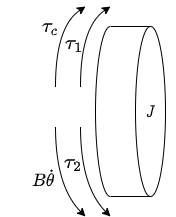
danimp94/Sewer-Pipes-Measurement keeps this draw.io diagram as data/Diagrams/Torque.drawio.png. Above is the earlier version. Source tidied: cells renumbered, new cells last; positions are measured from the earlier drawing's top-left corner, leaving out a move shared by most shapes. The source it was exported from:
```xml
<mxGraphModel math="1">
  <root>
    <mxCell id="0" />
    <mxCell id="1" parent="0" />
    <mxCell id="2" style="shape=cylinder3;whiteSpace=wrap;html=1;boundedLbl=1;backgroundOutline=1;size=15;rotation=90;" parent="1" vertex="1">
      <mxGeometry x="45" y="70" width="170" height="70" as="geometry" />
    </mxCell>
    <mxCell id="3" value="$$J$$" style="text;html=1;align=center;verticalAlign=middle;strokeColor=none;fillColor=none;fontFamily=Times New Roman;fontStyle=2;fontSize=15;" parent="1" vertex="1">
      <mxGeometry x="125" y="95" width="50" height="20" as="geometry" />
    </mxCell>
    <mxCell id="4" style="curved=1;endArrow=classic;html=1;rounded=0;fontFamily=Times New Roman;fontSize=15;" parent="1" edge="1">
      <mxGeometry relative="1" as="geometry">
        <mxPoint x="80" y="80" as="sourcePoint" />
        <mxPoint x="110" as="targetPoint" />
        <Array as="points">
          <mxPoint x="80" y="20" />
        </Array>
      </mxGeometry>
    </mxCell>
    <mxCell id="5" style="curved=1;endArrow=classic;html=1;rounded=0;fontFamily=Times New Roman;fontSize=15;" parent="1" edge="1">
      <mxGeometry relative="1" as="geometry">
        <mxPoint x="80" y="120" as="sourcePoint" />
        <mxPoint x="110" y="210" as="targetPoint" />
        <Array as="points">
          <mxPoint x="80" y="180" />
        </Array>
      </mxGeometry>
    </mxCell>
    <mxCell id="6" style="curved=1;endArrow=classic;html=1;rounded=0;fontFamily=Times New Roman;fontSize=15;" parent="1" edge="1">
      <mxGeometry relative="1" as="geometry">
        <mxPoint x="55" y="120" as="sourcePoint" />
        <mxPoint x="85" y="210" as="targetPoint" />
        <Array as="points">
          <mxPoint x="55" y="180" />
        </Array>
      </mxGeometry>
    </mxCell>
    <mxCell id="7" value="&lt;span style=&quot;font-family: &amp;#34;helvetica&amp;#34; ; font-size: 17px ; font-style: normal ; text-align: left&quot;&gt;$$\tau_1$$&lt;/span&gt;" style="text;html=1;align=center;verticalAlign=middle;strokeColor=none;fillColor=none;fontFamily=Times New Roman;fontStyle=2;fontSize=15;" parent="1" vertex="1">
      <mxGeometry x="24" y="28" width="100" height="20" as="geometry" />
    </mxCell>
    <mxCell id="8" style="curved=1;endArrow=classic;html=1;rounded=0;fontFamily=Times New Roman;fontSize=15;" parent="1" edge="1">
      <mxGeometry relative="1" as="geometry">
        <mxPoint x="55" y="80" as="sourcePoint" />
        <mxPoint x="85" as="targetPoint" />
        <Array as="points">
          <mxPoint x="55" y="20" />
        </Array>
      </mxGeometry>
    </mxCell>
    <mxCell id="9" value="&lt;span style=&quot;font-family: &amp;#34;helvetica&amp;#34; ; font-size: 17px ; font-style: normal ; text-align: left&quot;&gt;$$\tau_c$$&lt;/span&gt;" style="text;html=1;align=center;verticalAlign=middle;strokeColor=none;fillColor=none;fontFamily=Times New Roman;fontStyle=2;fontSize=15;" parent="1" vertex="1">
      <mxGeometry y="11" width="100" height="20" as="geometry" />
    </mxCell>
    <mxCell id="10" value="&lt;span style=&quot;color: rgb(0, 0, 0); font-family: helvetica; font-size: 15px; font-style: normal; font-weight: 400; letter-spacing: normal; text-align: left; text-indent: 0px; text-transform: none; word-spacing: 0px; background-color: rgb(248, 249, 250); display: inline; float: none;&quot;&gt;$$B\dot\theta$$&lt;/span&gt;" style="text;whiteSpace=wrap;html=1;fontSize=15;" parent="1" vertex="1">
      <mxGeometry x="30" y="140" width="30" height="50" as="geometry" />
    </mxCell>
    <mxCell id="11" value="&lt;span style=&quot;font-family: &amp;#34;helvetica&amp;#34; ; font-size: 17px ; font-style: normal ; text-align: left&quot;&gt;$$\tau_2$$&lt;/span&gt;" style="text;html=1;align=center;verticalAlign=middle;strokeColor=none;fillColor=none;fontFamily=Times New Roman;fontStyle=2;fontSize=15;" parent="1" vertex="1">
      <mxGeometry x="23" y="147" width="100" height="20" as="geometry" />
    </mxCell>
  </root>
</mxGraphModel>
```
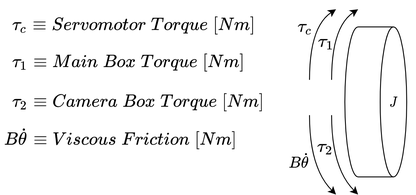
Above is the later version.

Diff of the diagram source:
```diff
@@ -56,5 +56,17 @@
     <mxCell id="11" value="&lt;span style=&quot;font-family: &amp;#34;helvetica&amp;#34; ; font-size: 17px ; font-style: normal ; text-align: left&quot;&gt;$$\tau_2$$&lt;/span&gt;" style="text;html=1;align=center;verticalAlign=middle;strokeColor=none;fillColor=none;fontFamily=Times New Roman;fontStyle=2;fontSize=15;" parent="1" vertex="1">
       <mxGeometry x="23" y="147" width="100" height="20" as="geometry" />
     </mxCell>
+    <mxCell id="12" value="&lt;span style=&quot;font-family: &amp;#34;helvetica&amp;#34; ; font-size: 17px ; font-style: normal ; text-align: left&quot;&gt;$$\tau_c \equiv Servomotor\;Torque\;[Nm]$$&amp;nbsp;&lt;/span&gt;" style="text;html=1;align=center;verticalAlign=middle;strokeColor=none;fillColor=none;fontFamily=Times New Roman;fontStyle=2;fontSize=15;" parent="1" vertex="1">
+      <mxGeometry x="-319" y="19" width="350" height="20" as="geometry" />
+    </mxCell>
+    <mxCell id="13" value="&lt;span style=&quot;font-family: &amp;#34;helvetica&amp;#34; ; font-size: 17px ; font-style: normal ; text-align: left&quot;&gt;$$\tau_1 \equiv Main\;Box\;Torque\;[Nm]$$&amp;nbsp;&lt;/span&gt;" style="text;html=1;align=center;verticalAlign=middle;strokeColor=none;fillColor=none;fontFamily=Times New Roman;fontStyle=2;fontSize=15;" parent="1" vertex="1">
+      <mxGeometry x="-320" y="61" width="340" height="20" as="geometry" />
+    </mxCell>
+    <mxCell id="14" value="&lt;span style=&quot;font-family: &amp;#34;helvetica&amp;#34; ; font-size: 17px ; font-style: normal ; text-align: left&quot;&gt;$$\tau_2 \equiv Camera\;Box\;Torque\;[Nm]$$&amp;nbsp;&lt;/span&gt;" style="text;html=1;align=center;verticalAlign=middle;strokeColor=none;fillColor=none;fontFamily=Times New Roman;fontStyle=2;fontSize=15;" parent="1" vertex="1">
+      <mxGeometry x="-324" y="106" width="370" height="20" as="geometry" />
+    </mxCell>
+    <mxCell id="15" value="&lt;span style=&quot;font-family: &amp;#34;helvetica&amp;#34; ; font-style: normal ; text-align: left&quot;&gt;&lt;font style=&quot;font-size: 17px&quot;&gt;$$B\dot\theta \equiv Viscous\;Friction\;[Nm]$$&amp;nbsp;&lt;/font&gt;&lt;/span&gt;" style="text;html=1;align=center;verticalAlign=middle;strokeColor=none;fillColor=none;fontFamily=Times New Roman;fontStyle=2;fontSize=15;" parent="1" vertex="1">
+      <mxGeometry x="-339" y="147" width="360" height="20" as="geometry" />
+    </mxCell>
   </root>
 </mxGraphModel>
```
